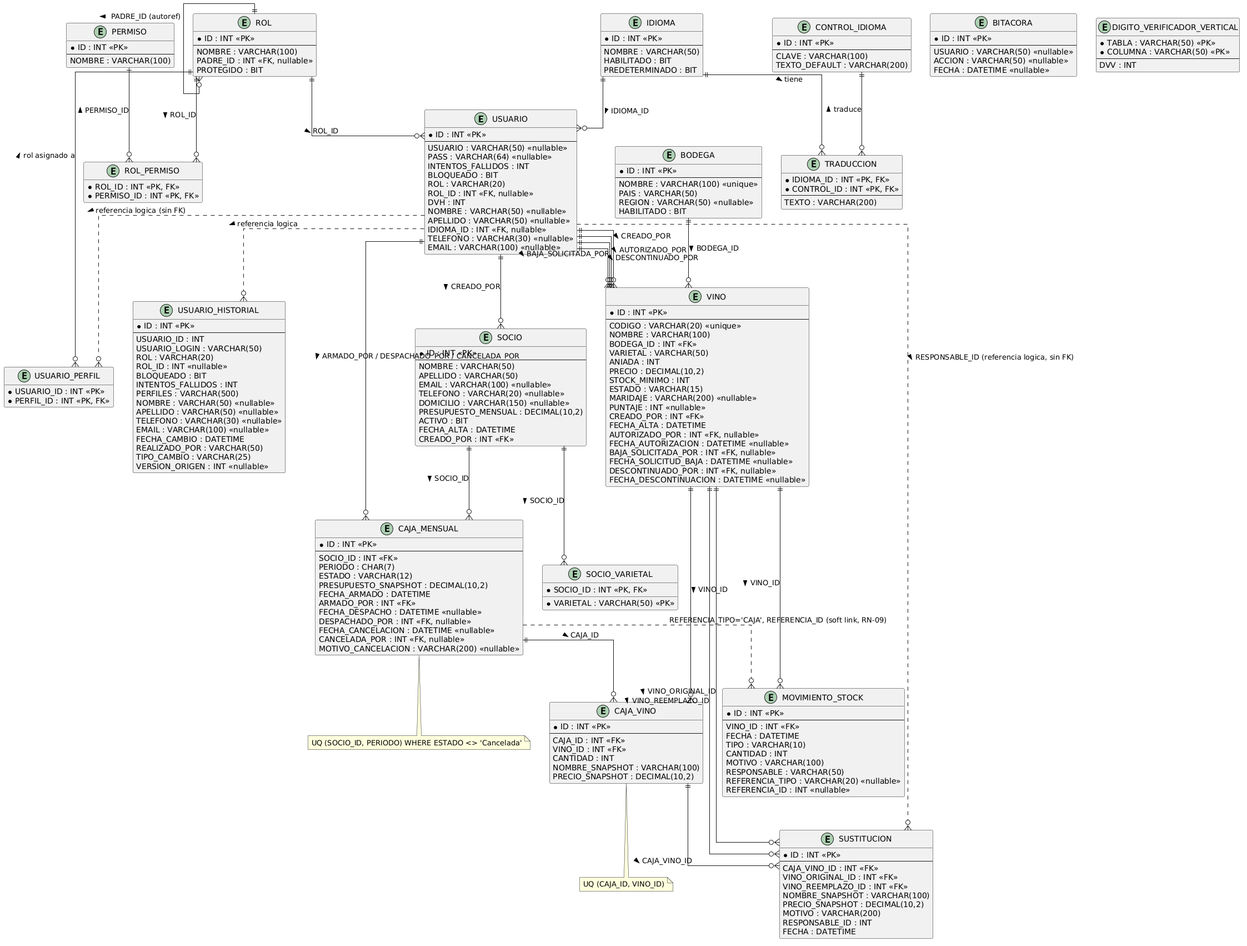
This is DIAGRAMAS/DER.png from Jesifu/club-de-vinos-td, a PlantUML export, as it was before one commit.
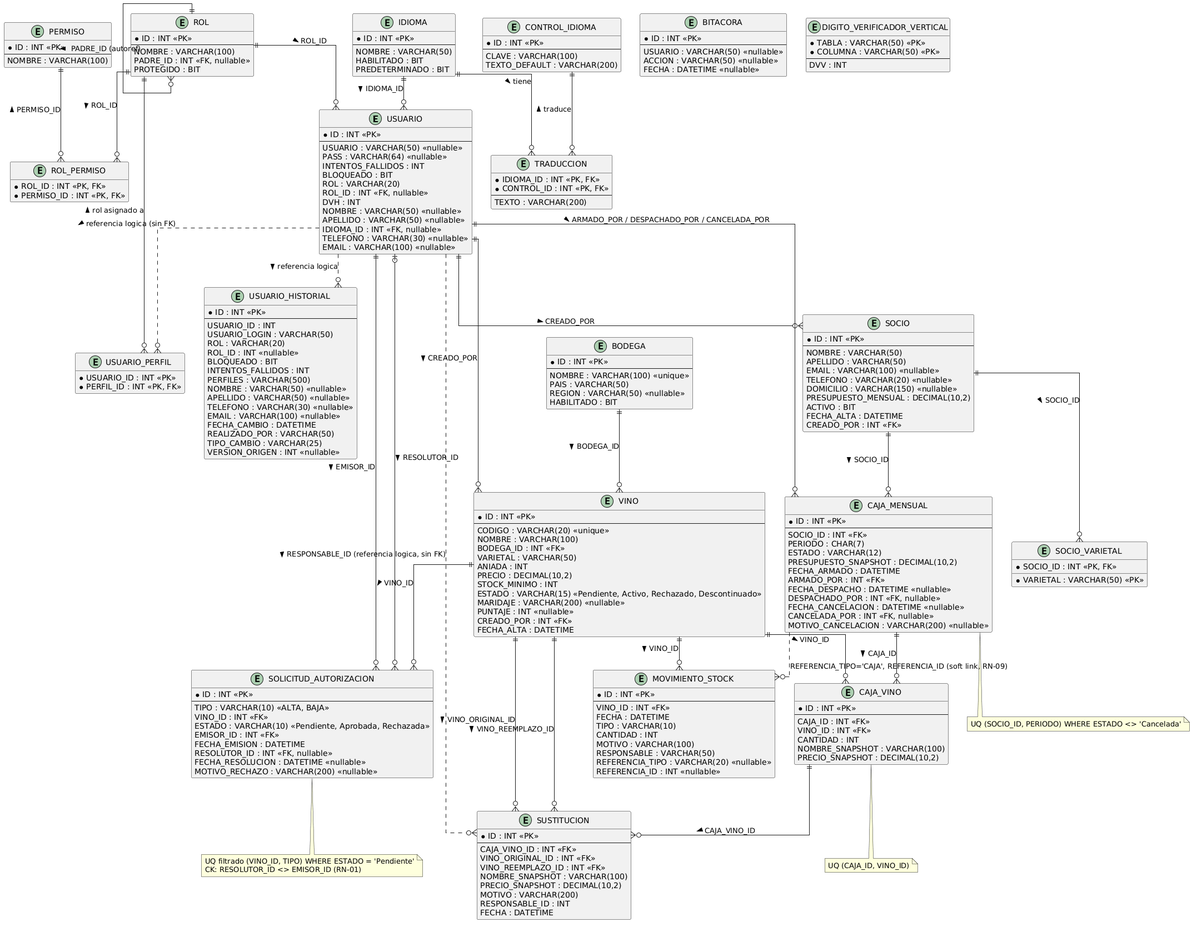
After the commit.

The edit, as a diff of the source:
```diff
@@ -120,18 +120,30 @@
   ANIADA : INT
   PRECIO : DECIMAL(10,2)
   STOCK_MINIMO : INT
-  ESTADO : VARCHAR(15)
+  ESTADO : VARCHAR(15) <<Pendiente, Activo, Rechazado, Descontinuado>>
   MARIDAJE : VARCHAR(200) <<nullable>>
   PUNTAJE : INT <<nullable>>
   CREADO_POR : INT <<FK>>
   FECHA_ALTA : DATETIME
-  AUTORIZADO_POR : INT <<FK, nullable>>
-  FECHA_AUTORIZACION : DATETIME <<nullable>>
-  BAJA_SOLICITADA_POR : INT <<FK, nullable>>
-  FECHA_SOLICITUD_BAJA : DATETIME <<nullable>>
-  DESCONTINUADO_POR : INT <<FK, nullable>>
-  FECHA_DESCONTINUACION : DATETIME <<nullable>>
 }
+
+entity SOLICITUD_AUTORIZACION {
+  * ID : INT <<PK>>
+  --
+  TIPO : VARCHAR(10) <<ALTA, BAJA>>
+  VINO_ID : INT <<FK>>
+  ESTADO : VARCHAR(10) <<Pendiente, Aprobada, Rechazada>>
+  EMISOR_ID : INT <<FK>>
+  FECHA_EMISION : DATETIME
+  RESOLUTOR_ID : INT <<FK, nullable>>
+  FECHA_RESOLUCION : DATETIME <<nullable>>
+  MOTIVO_RECHAZO : VARCHAR(200) <<nullable>>
+}
+
+note bottom of SOLICITUD_AUTORIZACION
+  UQ filtrado (VINO_ID, TIPO) WHERE ESTADO = 'Pendiente'
+  CK: RESOLUTOR_ID <> EMISOR_ID (RN-01)
+end note
 
 entity MOVIMIENTO_STOCK {
   * ID : INT <<PK>>
@@ -161,9 +173,9 @@
 BODEGA  ||--o{ VINO             : "BODEGA_ID >"
 VINO    ||--o{ MOVIMIENTO_STOCK : "VINO_ID >"
 USUARIO ||--o{ VINO             : "CREADO_POR >"
-USUARIO ||--o{ VINO             : "AUTORIZADO_POR >"
-USUARIO ||--o{ VINO             : "BAJA_SOLICITADA_POR >"
-USUARIO ||--o{ VINO             : "DESCONTINUADO_POR >"
+VINO    ||--o{ SOLICITUD_AUTORIZACION : "VINO_ID >"
+USUARIO ||--o{ SOLICITUD_AUTORIZACION : "EMISOR_ID >"
+USUARIO |o--o{ SOLICITUD_AUTORIZACION : "RESOLUTOR_ID >"
 
 
 entity SOCIO {
```
